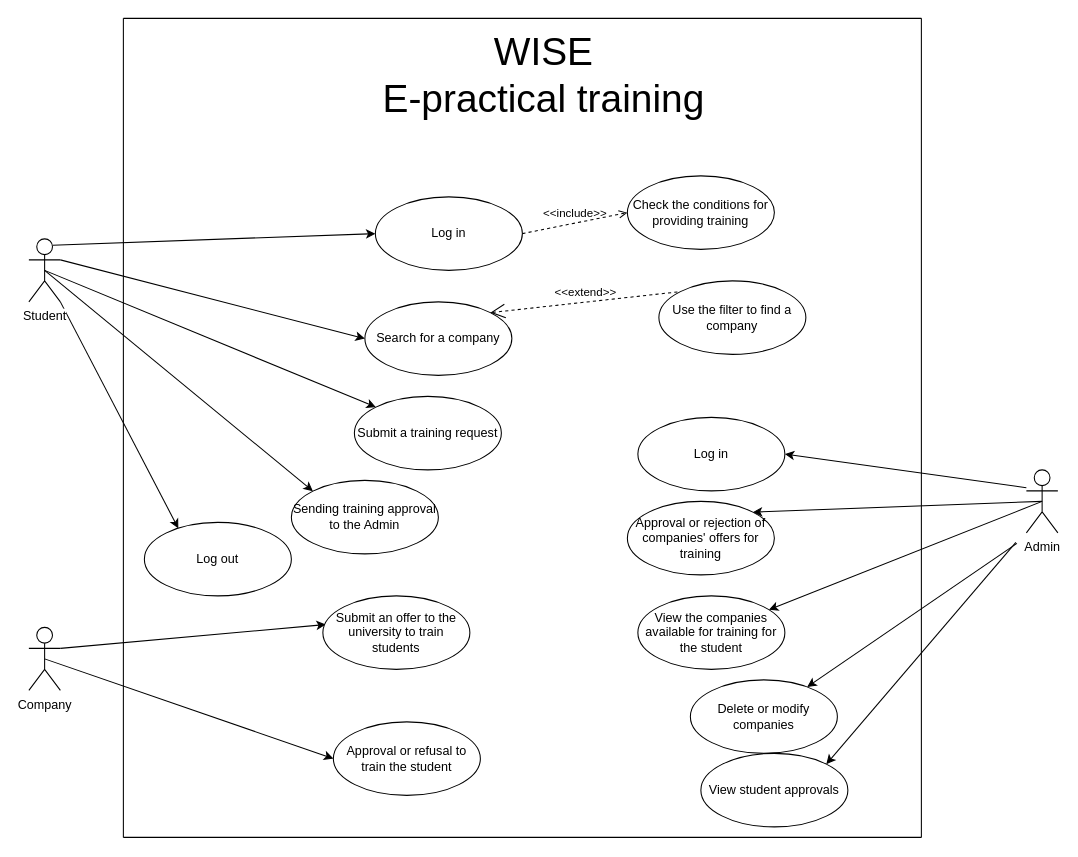
The draw.io diagram e-practical training/Diagram/Use case.drawio in Mohammadalborini/final-project, before the edit. Source tidied: cells renumbered, new cells numbered last; positions are measured from the earlier drawing's top-left corner, leaving out a move shared by most shapes. Both pictures are drawn from the tidied source at 105%, with x=0, y=0 at pixel (28, 18).
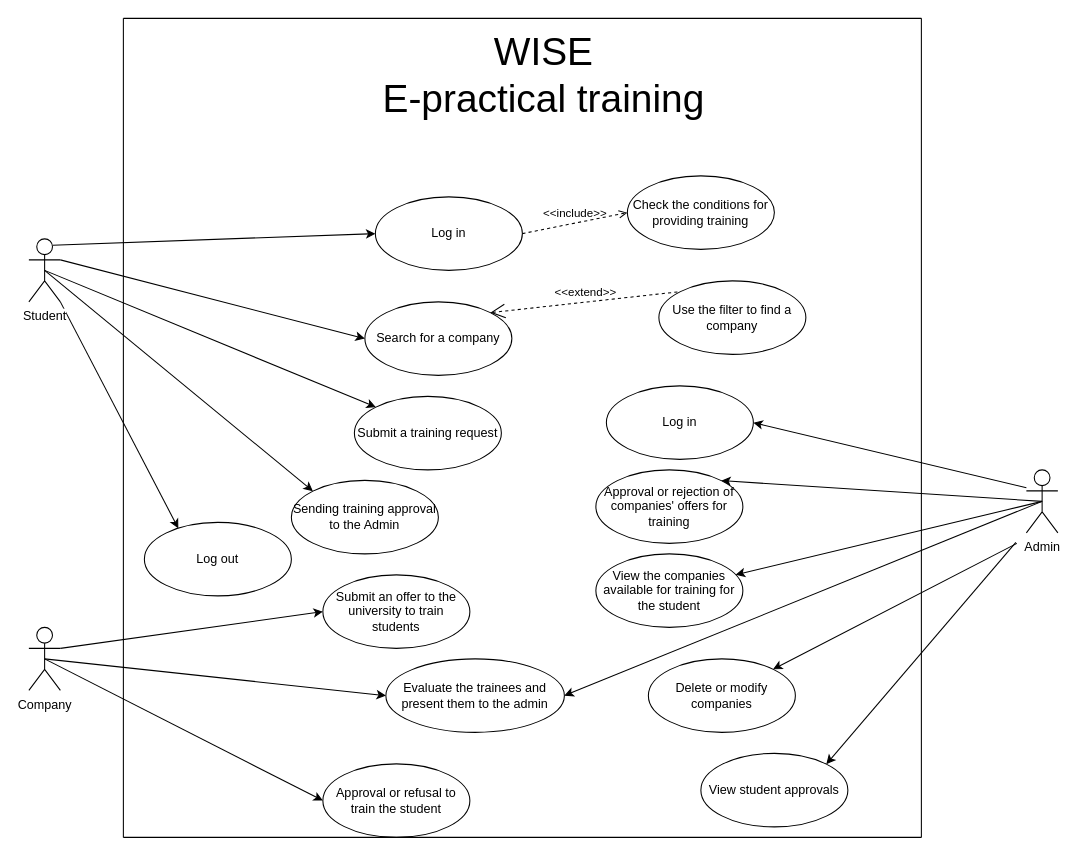
The same diagram, later.

The change refers to these unchanged cells:
```xml
<mxCell id="8" value="Admin" style="shape=umlActor;verticalLabelPosition=bottom;labelBackgroundColor=#ffffff;verticalAlign=top;html=1;outlineConnect=0;perimeterSpacing=9;strokeWidth=1;" parent="1" vertex="1">
  <mxGeometry x="950" y="430" width="30" height="60" as="geometry" />
</mxCell>
<mxCell id="11" value="Company" style="shape=umlActor;verticalLabelPosition=bottom;labelBackgroundColor=#ffffff;verticalAlign=top;html=1;outlineConnect=0;" parent="1" vertex="1">
  <mxGeometry y="580" width="30" height="60" as="geometry" />
</mxCell>
```

The edit, as a diff of the source:
```diff
@@
+    <mxCell id="38" style="edgeStyle=none;rounded=0;jettySize=auto;html=1;exitX=0.5;exitY=0.5;exitDx=0;exitDy=0;exitPerimeter=0;entryX=1;entryY=0.5;entryDx=0;entryDy=0;" parent="1" edge="1" source="8" target="40">
+      <mxGeometry relative="1" as="geometry" />
+    </mxCell>
@@
-    <mxCell id="9" style="edgeStyle=none;rounded=0;jettySize=auto;html=1;exitX=1;exitY=0.3333333333333333;exitDx=0;exitDy=0;exitPerimeter=0;entryX=0.02;entryY=0.39;entryDx=0;entryDy=0;entryPerimeter=0;" parent="1" edge="1" source="11" target="25">
+    <mxCell id="9" style="edgeStyle=none;rounded=0;jettySize=auto;html=1;exitX=1;exitY=0.3333333333333333;exitDx=0;exitDy=0;exitPerimeter=0;entryX=0;entryY=0.5;entryDx=0;entryDy=0;" parent="1" edge="1" source="11" target="25">
       <mxGeometry relative="1" as="geometry" />
     </mxCell>
@@
+    <mxCell id="39" style="rounded=0;jettySize=auto;html=1;exitX=0.5;exitY=0.5;exitDx=0;exitDy=0;exitPerimeter=0;entryX=0;entryY=0.5;entryDx=0;entryDy=0;" parent="1" edge="1" source="11" target="40">
+      <mxGeometry relative="1" as="geometry" />
+    </mxCell>
@@
     <mxCell id="24" value="Approval or refusal to train the student" style="ellipse;whiteSpace=wrap;html=1;strokeWidth=1;" parent="1" vertex="1">
-      <mxGeometry x="290" y="670" width="140" height="70" as="geometry" />
+      <mxGeometry x="280" y="710" width="140" height="70" as="geometry" />
     </mxCell>
     <mxCell id="25" value="Submit an offer to the university to train students" style="ellipse;whiteSpace=wrap;html=1;strokeWidth=1;" parent="1" vertex="1">
-      <mxGeometry x="280" y="550" width="140" height="70" as="geometry" />
+      <mxGeometry x="280" y="530" width="140" height="70" as="geometry" />
     </mxCell>
@@
     <mxCell id="28" value="View the companies available for training for the student" style="ellipse;whiteSpace=wrap;html=1;strokeWidth=1;" parent="1" vertex="1">
-      <mxGeometry x="580" y="550" width="140" height="70" as="geometry" />
+      <mxGeometry x="540" y="510" width="140" height="70" as="geometry" />
     </mxCell>
     <mxCell id="29" value="Approval or rejection of companies' offers for training" style="ellipse;whiteSpace=wrap;html=1;strokeWidth=1;" parent="1" vertex="1">
-      <mxGeometry x="570" y="460" width="140" height="70" as="geometry" />
+      <mxGeometry x="540" y="430" width="140" height="70" as="geometry" />
     </mxCell>
     <mxCell id="30" value="Log in" style="ellipse;whiteSpace=wrap;html=1;strokeWidth=1;" parent="1" vertex="1">
-      <mxGeometry x="580" y="380" width="140" height="70" as="geometry" />
+      <mxGeometry x="550" y="350" width="140" height="70" as="geometry" />
     </mxCell>
@@
     <mxCell id="32" value="Delete or modify companies" style="ellipse;whiteSpace=wrap;html=1;strokeWidth=1;" parent="1" vertex="1">
-      <mxGeometry x="630" y="630" width="140" height="70" as="geometry" />
+      <mxGeometry x="590" y="610" width="140" height="70" as="geometry" />
     </mxCell>
@@
+    <mxCell id="40" value="Evaluate the trainees and present them to the admin" style="ellipse;whiteSpace=wrap;html=1;" parent="1" vertex="1">
+      <mxGeometry x="340" y="610" width="170" height="70" as="geometry" />
+    </mxCell>
```
